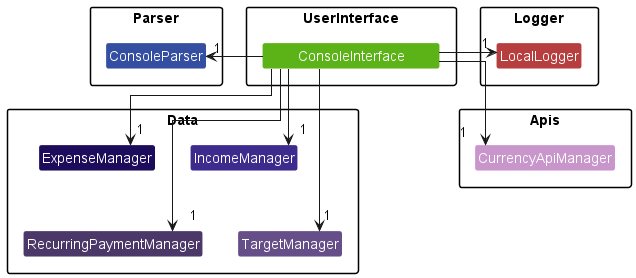
This is docs/images/ComponentUserInterface.png from nus-cs2113-AY2223S1/tp, a PlantUML export, as it was before one commit. The source it was exported from:
```plantuml
@startuml
!include https://raw.githubusercontent.com/xzynos/tp/branch-Webpage/docs/diagrams/Styles.puml

package UserInterface {
    Class "        ConsoleInterface        " as ConsoleInterface USER_INTERFACE_COLOR_1
}

package Parser {
    Class ConsoleParser PARSER_COLOR_1
}

package Data {
    Class ExpenseManager DATA_COLOR_1
    Class IncomeManager DATA_COLOR_2
    Class RecurringPaymentManager DATA_COLOR_3
    Class TargetManager DATA_COLOR_4
}

package Apis {
    Class CurrencyApiManager DATA_COLOR_6
}

package Logger {
    Class LocalLogger LOGGER_COLOR_1
}

ExpenseManager -down[hidden]-> RecurringPaymentManager
IncomeManager -down[hidden]-> TargetManager

ConsoleInterface -left-> "1" ConsoleParser
ConsoleInterface -down-> "1" ExpenseManager
ConsoleInterface -down-> "1" IncomeManager
ConsoleInterface -down-> "1" RecurringPaymentManager
ConsoleInterface -down-> "1" TargetManager
ConsoleInterface -down-> "1" CurrencyApiManager
ConsoleInterface -right-> "1" LocalLogger
@enduml
```
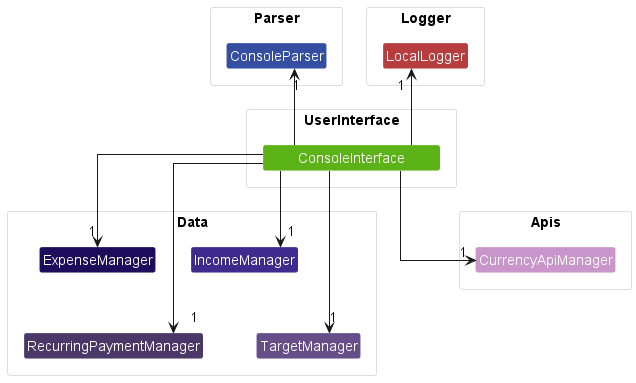
After the commit.

Commit message:
Change layout of component user interface diagram

Change to the diagram source:
```diff
@@ -1,5 +1,10 @@
 @startuml
 !include https://raw.githubusercontent.com/xzynos/tp/branch-Webpage/docs/diagrams/Styles.puml
+
+skinparam Package {
+    BorderThickness 1
+    BorderColor #dddddd
+}
 
 package UserInterface {
     Class "        ConsoleInterface        " as ConsoleInterface USER_INTERFACE_COLOR_1
@@ -27,11 +32,13 @@
 ExpenseManager -down[hidden]-> RecurringPaymentManager
 IncomeManager -down[hidden]-> TargetManager
 
-ConsoleInterface -left-> "1" ConsoleParser
+RecurringPaymentManager -down[hidden]-> RecurringPaymentManager
+
+ConsoleInterface -up-> "1" ConsoleParser
 ConsoleInterface -down-> "1" ExpenseManager
 ConsoleInterface -down-> "1" IncomeManager
 ConsoleInterface -down-> "1" RecurringPaymentManager
 ConsoleInterface -down-> "1" TargetManager
 ConsoleInterface -down-> "1" CurrencyApiManager
-ConsoleInterface -right-> "1" LocalLogger
+ConsoleInterface -up-> "1" LocalLogger
 @enduml
```
